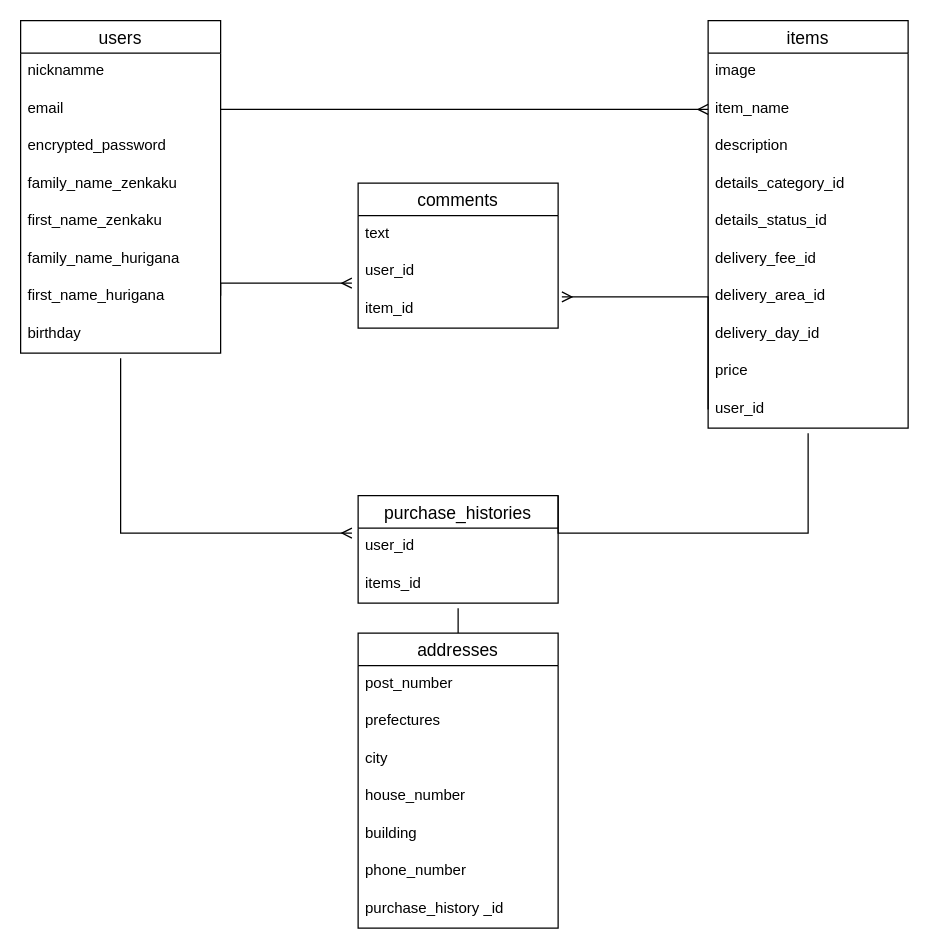
Above: db.dio in blues0217/furima-35169 (draw.io), before the change. Source tidied: cells renumbered, new cells numbered last; positions are measured from the earlier drawing's top-left corner, leaving out a move shared by most shapes. Both pictures are drawn from the tidied source at 125%, with x=0, y=0 at pixel (20, 20).
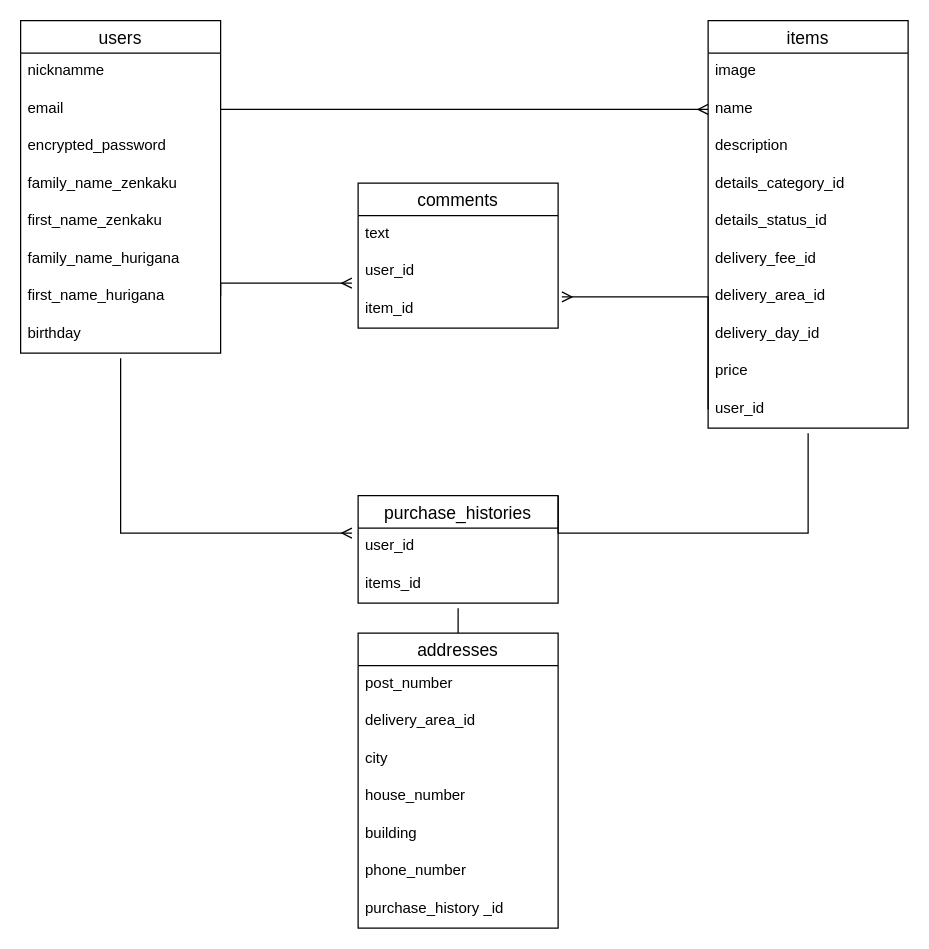
The same diagram, later.

Commit message (it also covers changes not shown here):
データベース設計

Unchanged cells that the change refers to:
```xml
<mxCell id="11" value="items" style="swimlane;fontStyle=0;horizontal=1;startSize=26;align=center;fontSize=14;" parent="1" vertex="1">
  <mxGeometry x="550" width="160" height="326" as="geometry" />
</mxCell>
<mxCell id="35" value="addresses" style="swimlane;fontStyle=0;horizontal=1;startSize=26;align=center;fontSize=14;" parent="1" vertex="1">
  <mxGeometry x="270" y="490" width="160" height="236" as="geometry" />
</mxCell>
```

Change to the diagram source:
```diff
@@
-    <mxCell id="13" value="item_name" style="text;strokeColor=none;fillColor=none;spacingLeft=4;spacingRight=4;overflow=hidden;points=[[0,0.5],[1,0.5]];portConstraint=eastwest;fontSize=12;" parent="11" vertex="1">
+    <mxCell id="13" value="name" style="text;strokeColor=none;fillColor=none;spacingLeft=4;spacingRight=4;overflow=hidden;points=[[0,0.5],[1,0.5]];portConstraint=eastwest;fontSize=12;" parent="11" vertex="1">
       <mxGeometry y="56" width="160" height="30" as="geometry" />
     </mxCell>
@@
-    <mxCell id="37" value="prefectures" style="text;strokeColor=none;fillColor=none;spacingLeft=4;spacingRight=4;overflow=hidden;fontSize=12;" parent="35" vertex="1">
+    <mxCell id="37" value="delivery_area_id" style="text;strokeColor=none;fillColor=none;spacingLeft=4;spacingRight=4;overflow=hidden;fontSize=12;" parent="35" vertex="1">
       <mxGeometry y="56" width="160" height="30" as="geometry" />
     </mxCell>
```
